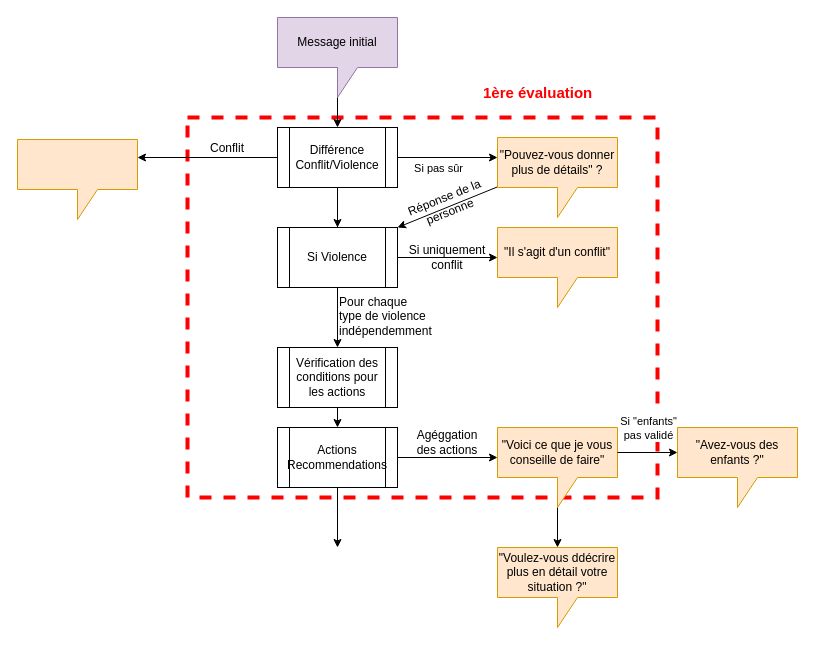
This is schematics.drawio from Ildsjel-EPFL/Haven, a draw.io file, before an edit. Source tidied: cells renumbered, new cells numbered last; positions are measured from the earlier drawing's top-left corner, leaving out a move shared by most shapes. Both pictures are drawn from the tidied source at 100%, with x=0, y=0 at pixel (17, 17).
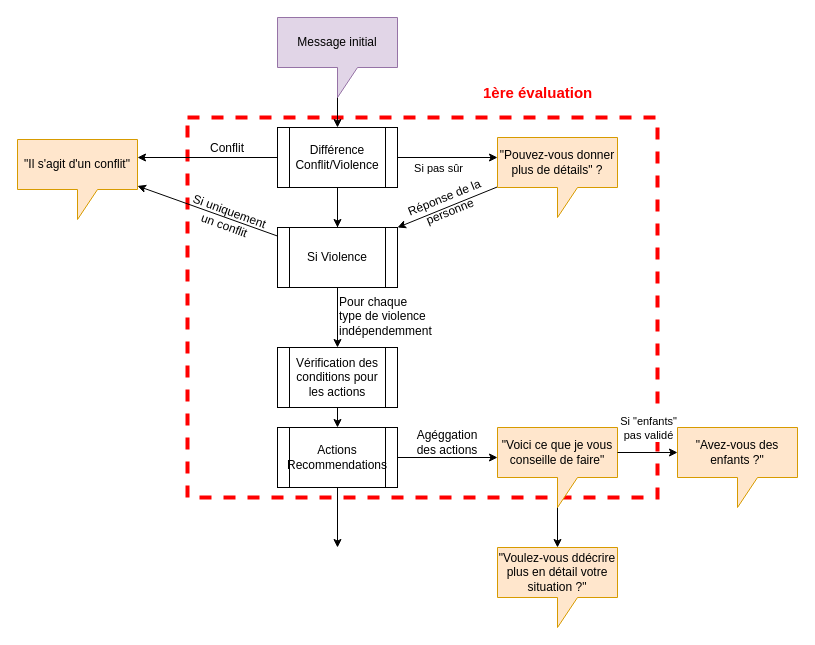
Above is the later version.

The change refers to these unchanged cells:
```xml
<mxCell id="13" value="Si Violence" style="shape=process;whiteSpace=wrap;html=1;backgroundOutline=1;" parent="1" vertex="1">
  <mxGeometry x="260" y="210" width="120" height="60" as="geometry" />
</mxCell>
```

Diff of the diagram source:
```diff
@@
+    <mxCell id="34" style="edgeStyle=none;html=1;" parent="1" edge="1" source="13" target="31">
+      <mxGeometry relative="1" as="geometry" />
+    </mxCell>
@@
-    <mxCell id="14" value="&quot;Il s'agit d'un conflit&quot;" style="shape=callout;whiteSpace=wrap;html=1;perimeter=calloutPerimeter;fillColor=#ffe6cc;strokeColor=#d79b00;" parent="1" vertex="1">
-      <mxGeometry x="480" y="210" width="120" height="80" as="geometry" />
-    </mxCell>
-    <mxCell id="15" value="Si uniquement conflit" style="text;html=1;whiteSpace=wrap;strokeColor=none;fillColor=none;align=center;verticalAlign=middle;rounded=0;" parent="1" vertex="1">
-      <mxGeometry x="380" y="225" width="100" height="30" as="geometry" />
-    </mxCell>
-    <mxCell id="16" style="edgeStyle=none;html=1;" parent="1" edge="1" source="13">
-      <mxGeometry relative="1" as="geometry">
-        <mxPoint x="480" y="240" as="targetPoint" />
-      </mxGeometry>
-    </mxCell>
@@
-    <mxCell id="31" style="shape=callout;whiteSpace=wrap;html=1;perimeter=calloutPerimeter;fillColor=#ffe6cc;strokeColor=#d79b00;" parent="1" vertex="1">
+    <mxCell id="31" value="&lt;span style=&quot;color: rgb(0, 0, 0);&quot;&gt;&quot;Il s'agit d'un conflit&quot;&lt;/span&gt;" style="shape=callout;whiteSpace=wrap;html=1;perimeter=calloutPerimeter;fillColor=#ffe6cc;strokeColor=#d79b00;" parent="1" vertex="1">
       <mxGeometry y="122" width="120" height="80" as="geometry" />
     </mxCell>
@@
+    <mxCell id="35" value="Si uniquement un conflit" style="text;html=1;whiteSpace=wrap;strokeColor=none;fillColor=none;align=center;verticalAlign=middle;rounded=0;rotation=20;" parent="1" vertex="1">
+      <mxGeometry x="165" y="186" width="90" height="30" as="geometry" />
+    </mxCell>
```
